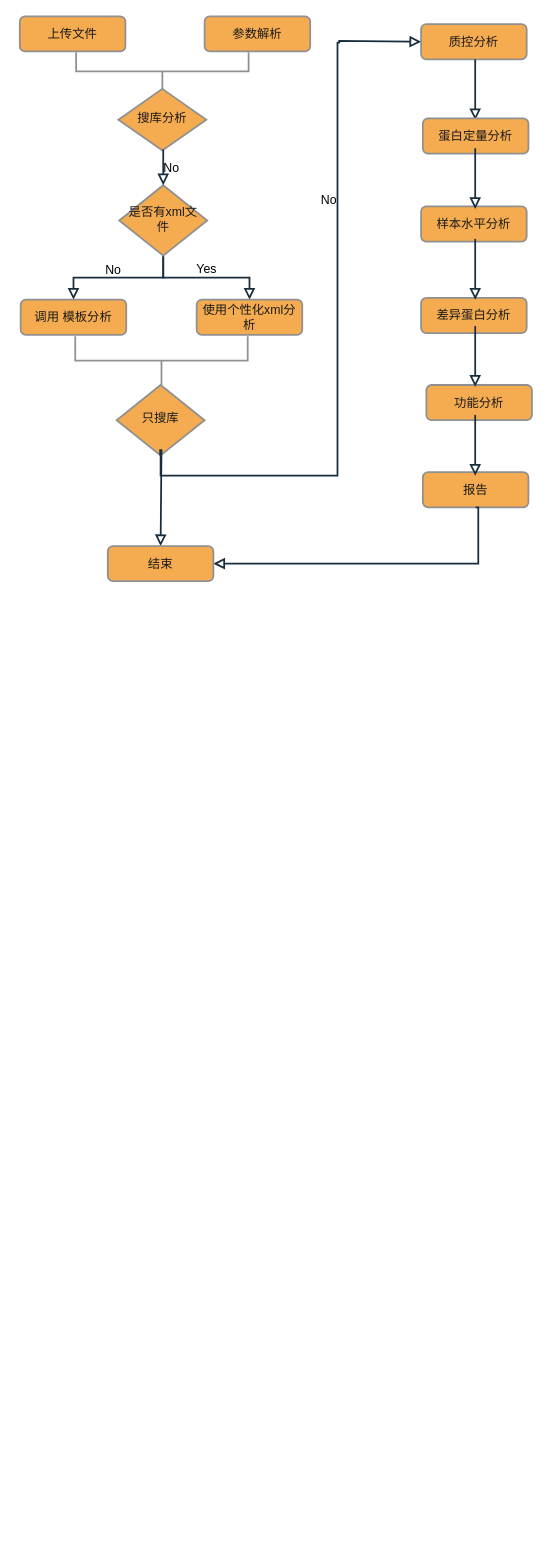
hanwenjuan/test keeps this draw.io diagram as 未命名绘图.drawio. Above is the earlier version. Source tidied: cells renumbered, new cells numbered last; positions are measured from the earlier drawing's top-left corner, leaving out a move shared by most shapes. Both pictures are drawn from the tidied source at 88%, with x=0, y=0 at pixel (19, -16).
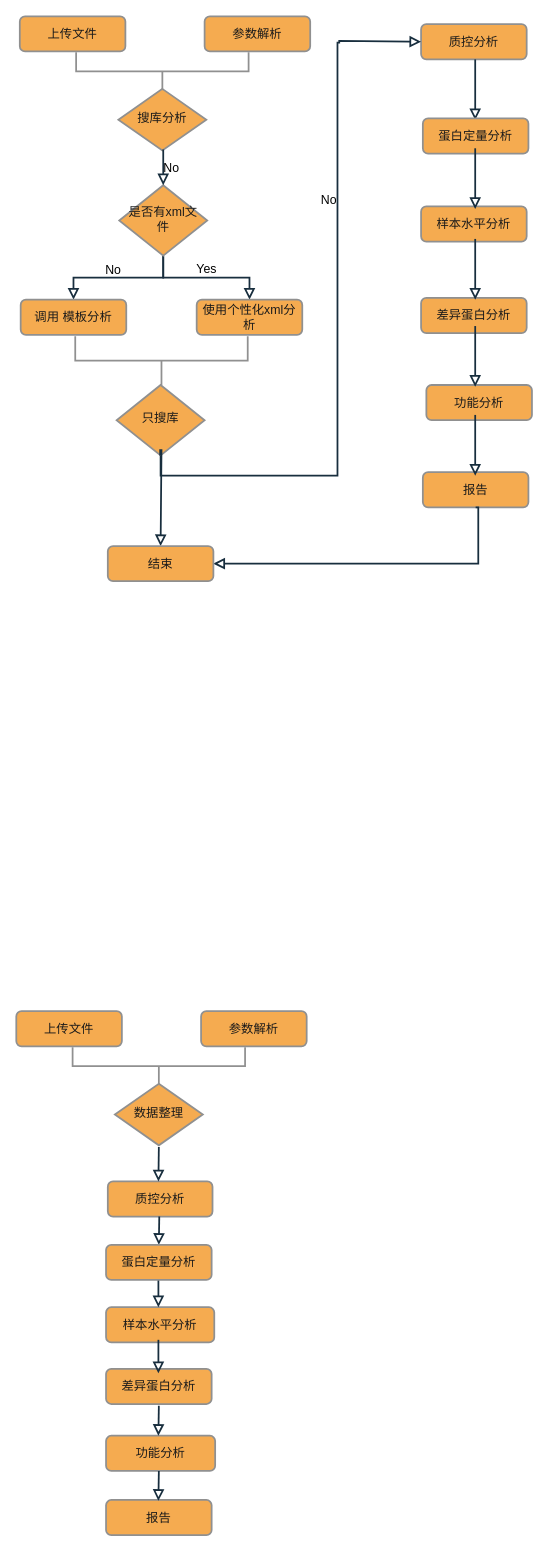
Above is the later version.

Commit message:
更新未命名绘图.drawio

What changed in the source:
```diff
@@
+    <mxCell id="30" value="参数解析" style="rounded=1;whiteSpace=wrap;html=1;fontSize=14;glass=0;strokeWidth=2;shadow=0;labelBackgroundColor=none;fillColor=#F5AB50;strokeColor=#909090;fontColor=#1A1A1A;" parent="1" vertex="1">
+      <mxGeometry x="206" y="1166.5" width="120" height="40" as="geometry" />
+    </mxCell>
+    <mxCell id="31" value="数据整理" style="rhombus;whiteSpace=wrap;html=1;shadow=0;fontFamily=Helvetica;fontSize=14;align=center;strokeWidth=2;spacing=6;spacingTop=-4;labelBackgroundColor=none;fillColor=#F5AB50;strokeColor=#909090;fontColor=#1A1A1A;" parent="1" vertex="1">
+      <mxGeometry x="108" y="1249" width="100" height="70" as="geometry" />
+    </mxCell>
+    <mxCell id="32" value="上传文件" style="rounded=1;whiteSpace=wrap;html=1;fontSize=14;glass=0;strokeWidth=2;shadow=0;labelBackgroundColor=none;fillColor=#F5AB50;strokeColor=#909090;fontColor=#1A1A1A;" parent="1" vertex="1">
+      <mxGeometry x="-4" y="1166.5" width="120" height="40" as="geometry" />
+    </mxCell>
+    <mxCell id="33" style="strokeWidth=2;html=1;shape=mxgraph.flowchart.annotation_2;align=left;labelPosition=right;flipV=1;flipH=1;rotation=90;fontSize=14;labelBackgroundColor=none;fillColor=#F5AB50;strokeColor=#909090;fontColor=#1A1A1A;" parent="1" vertex="1">
+      <mxGeometry x="136.5" y="1131" width="43" height="196" as="geometry" />
+    </mxCell>
+    <mxCell id="34" value="质控分析" style="rounded=1;whiteSpace=wrap;html=1;fontSize=14;glass=0;strokeWidth=2;shadow=0;labelBackgroundColor=none;fillColor=#F5AB50;strokeColor=#909090;fontColor=#1A1A1A;" parent="1" vertex="1">
+      <mxGeometry x="100" y="1360" width="119" height="40" as="geometry" />
+    </mxCell>
+    <mxCell id="35" value="样本水平分析" style="rounded=1;whiteSpace=wrap;html=1;glass=0;strokeWidth=2;shadow=0;flipV=1;fontSize=14;labelBackgroundColor=none;fillColor=#F5AB50;strokeColor=#909090;fontColor=#1A1A1A;" parent="1" vertex="1">
+      <mxGeometry x="98" y="1503" width="123" height="40" as="geometry" />
+    </mxCell>
+    <mxCell id="36" value="报告" style="rounded=1;whiteSpace=wrap;html=1;glass=0;strokeWidth=2;shadow=0;flipV=1;fontSize=14;labelBackgroundColor=none;fillColor=#F5AB50;strokeColor=#909090;fontColor=#1A1A1A;" parent="1" vertex="1">
+      <mxGeometry x="98" y="1722" width="120" height="40" as="geometry" />
+    </mxCell>
+    <mxCell id="37" value="差异蛋白分析" style="rounded=1;whiteSpace=wrap;html=1;glass=0;strokeWidth=2;shadow=0;flipV=1;fontSize=14;labelBackgroundColor=none;fillColor=#F5AB50;strokeColor=#909090;fontColor=#1A1A1A;" parent="1" vertex="1">
+      <mxGeometry x="98" y="1573" width="120" height="40" as="geometry" />
+    </mxCell>
+    <mxCell id="38" value="功能分析" style="rounded=1;whiteSpace=wrap;html=1;glass=0;strokeWidth=2;shadow=0;flipV=1;fontSize=14;labelBackgroundColor=none;fillColor=#F5AB50;strokeColor=#909090;fontColor=#1A1A1A;" parent="1" vertex="1">
+      <mxGeometry x="98" y="1649" width="124" height="40" as="geometry" />
+    </mxCell>
+    <mxCell id="39" style="rounded=0;html=1;jettySize=auto;orthogonalLoop=1;fontSize=14;endArrow=block;endFill=0;endSize=8;strokeWidth=2;shadow=0;labelBackgroundColor=none;edgeStyle=orthogonalEdgeStyle;entryX=0.5;entryY=0;entryDx=0;entryDy=0;strokeColor=#182E3E;fontColor=default;" parent="1" edge="1">
+      <mxGeometry x="0.4" y="310" relative="1" as="geometry">
+        <mxPoint x="157.5" y="1461" as="sourcePoint" />
+        <mxPoint x="157.5" y="1503" as="targetPoint" />
+      </mxGeometry>
+    </mxCell>
+    <mxCell id="40" style="rounded=0;html=1;jettySize=auto;orthogonalLoop=1;fontSize=14;endArrow=block;endFill=0;endSize=8;strokeWidth=2;shadow=0;labelBackgroundColor=none;edgeStyle=orthogonalEdgeStyle;entryX=0.5;entryY=0;entryDx=0;entryDy=0;strokeColor=#182E3E;fontColor=default;" parent="1" edge="1">
+      <mxGeometry x="0.4" y="310" relative="1" as="geometry">
+        <mxPoint x="157.5" y="1540" as="sourcePoint" />
+        <mxPoint x="157.5" y="1578" as="targetPoint" />
+      </mxGeometry>
+    </mxCell>
+    <mxCell id="41" style="rounded=0;html=1;jettySize=auto;orthogonalLoop=1;fontSize=14;endArrow=block;endFill=0;endSize=8;strokeWidth=2;shadow=0;labelBackgroundColor=none;edgeStyle=orthogonalEdgeStyle;strokeColor=#182E3E;fontColor=default;" parent="1" edge="1">
+      <mxGeometry x="0.4" y="310" relative="1" as="geometry">
+        <mxPoint x="158" y="1615" as="sourcePoint" />
+        <mxPoint x="157.5" y="1649" as="targetPoint" />
+      </mxGeometry>
+    </mxCell>
+    <mxCell id="42" style="rounded=0;html=1;jettySize=auto;orthogonalLoop=1;fontSize=14;endArrow=block;endFill=0;endSize=8;strokeWidth=2;shadow=0;labelBackgroundColor=none;edgeStyle=orthogonalEdgeStyle;entryX=0.5;entryY=0;entryDx=0;entryDy=0;strokeColor=#182E3E;fontColor=default;" parent="1" edge="1">
+      <mxGeometry x="0.4" y="310" relative="1" as="geometry">
+        <mxPoint x="158" y="1321" as="sourcePoint" />
+        <mxPoint x="157.5" y="1360" as="targetPoint" />
+      </mxGeometry>
+    </mxCell>
+    <mxCell id="43" style="rounded=0;html=1;jettySize=auto;fontSize=14;endArrow=block;endFill=0;endSize=8;strokeWidth=2;shadow=0;labelBackgroundColor=none;edgeStyle=orthogonalEdgeStyle;entryX=0.5;entryY=0;entryDx=0;entryDy=0;strokeColor=#182E3E;fontColor=default;" parent="1" edge="1" target="44">
+      <mxGeometry x="0.4" y="310" relative="1" as="geometry">
+        <mxPoint x="158.5" y="1400" as="sourcePoint" />
+      </mxGeometry>
+    </mxCell>
+    <mxCell id="44" value="蛋白定量分析" style="rounded=1;whiteSpace=wrap;html=1;glass=0;strokeWidth=2;shadow=0;flipV=1;fontSize=14;labelBackgroundColor=none;fillColor=#F5AB50;strokeColor=#909090;fontColor=#1A1A1A;" parent="1" vertex="1">
+      <mxGeometry x="98" y="1432" width="120" height="40" as="geometry" />
+    </mxCell>
+    <mxCell id="45" style="rounded=0;html=1;jettySize=auto;orthogonalLoop=1;fontSize=14;endArrow=block;endFill=0;endSize=8;strokeWidth=2;shadow=0;labelBackgroundColor=none;edgeStyle=orthogonalEdgeStyle;strokeColor=#182E3E;fontColor=default;" parent="1" edge="1">
+      <mxGeometry x="0.4" y="310" relative="1" as="geometry">
+        <mxPoint x="158" y="1689" as="sourcePoint" />
+        <mxPoint x="157.5" y="1723" as="targetPoint" />
+      </mxGeometry>
+    </mxCell>
```
